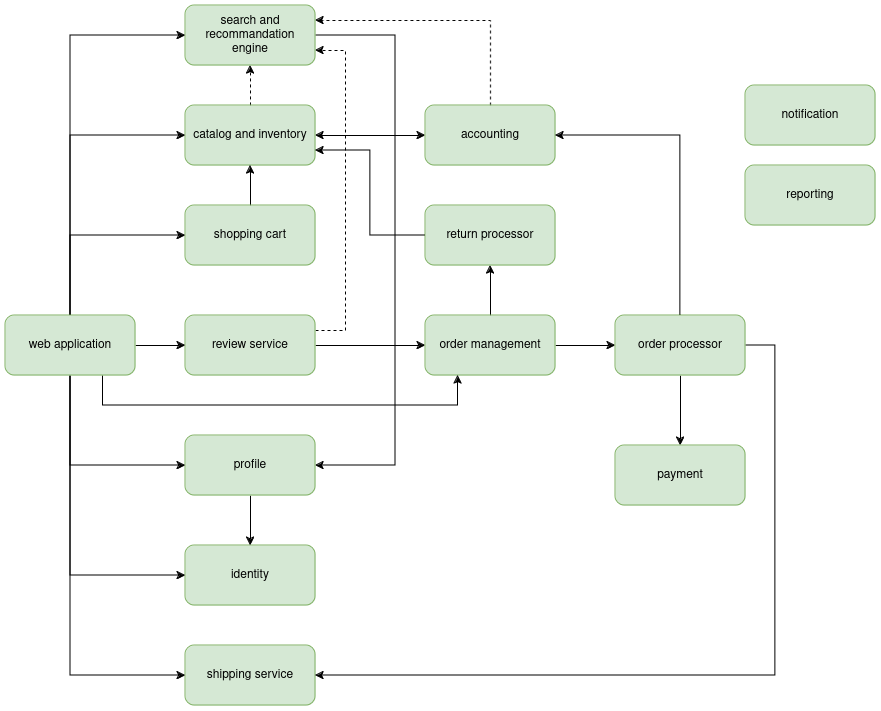
Above: workflows/global_architecture.png in movies-albrains/.github (draw.io), before the change. Source tidied: cells renumbered, new cells last; positions are measured from the earlier drawing's top-left corner, leaving out a move shared by most shapes.
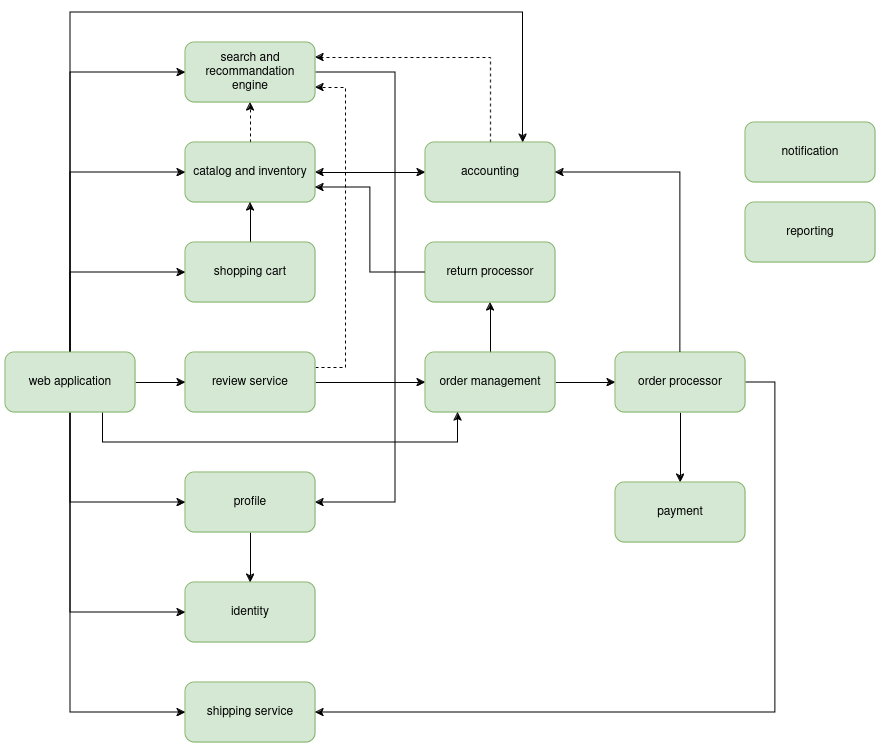
Above is the later version.

The edit, as a diff of the source:
```diff
@@ -134,6 +134,14 @@
         </Array>
       </mxGeometry>
     </mxCell>
+    <mxCell id="39" style="edgeStyle=orthogonalEdgeStyle;rounded=0;jettySize=auto;html=1;entryX=0.75;entryY=0;entryDx=0;entryDy=0;" parent="1" edge="1" source="33" target="6">
+      <mxGeometry relative="1" as="geometry">
+        <Array as="points">
+          <mxPoint x="65" y="-30" />
+          <mxPoint x="518" y="-30" />
+        </Array>
+      </mxGeometry>
+    </mxCell>
     <mxCell id="33" value="web application" style="rounded=1;whiteSpace=wrap;html=1;fillColor=#d5e8d4;strokeColor=#82b366;" parent="1" vertex="1">
       <mxGeometry y="310" width="130" height="60" as="geometry" />
     </mxCell>
```
